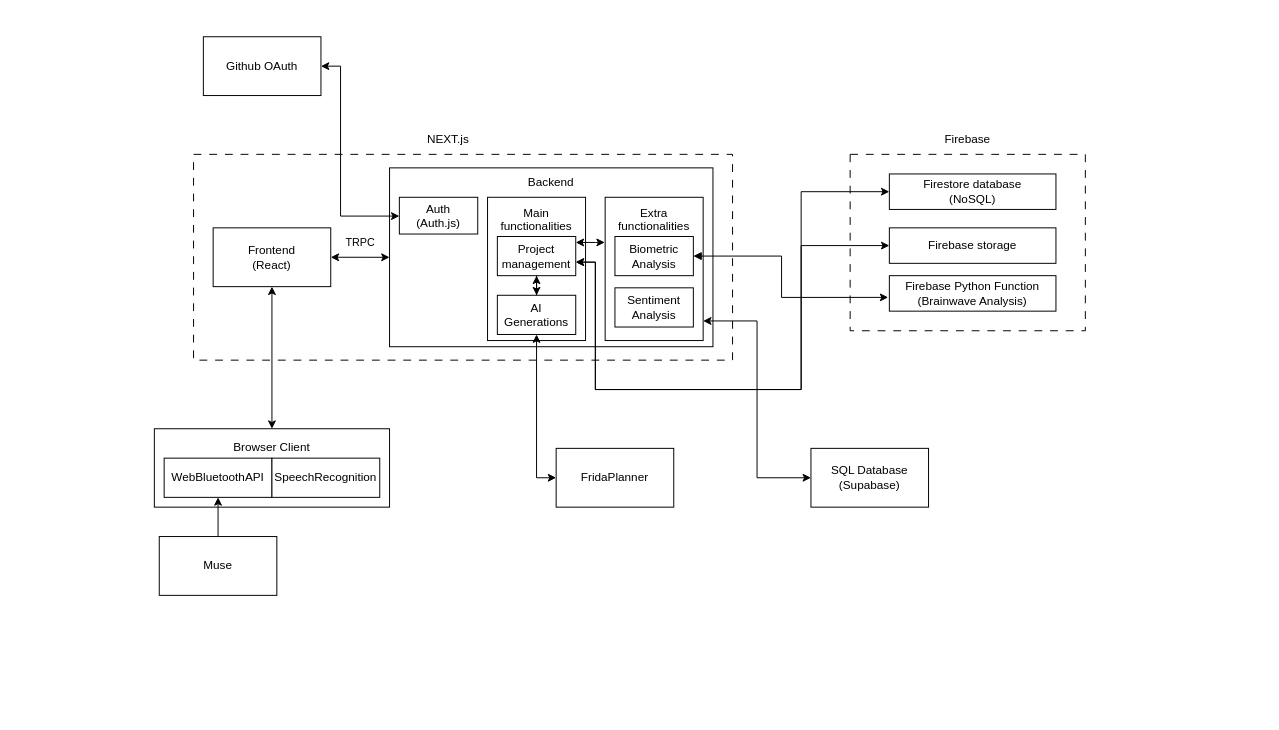
Above: architecture.drawio in Apantli/Tenor (draw.io), before the change. Source tidied: cells renumbered, new cells numbered last; positions are measured from the earlier drawing's top-left corner, leaving out a move shared by most shapes. Both pictures are drawn from the tidied source at 98%, with x=0, y=0 at pixel (154, 36).
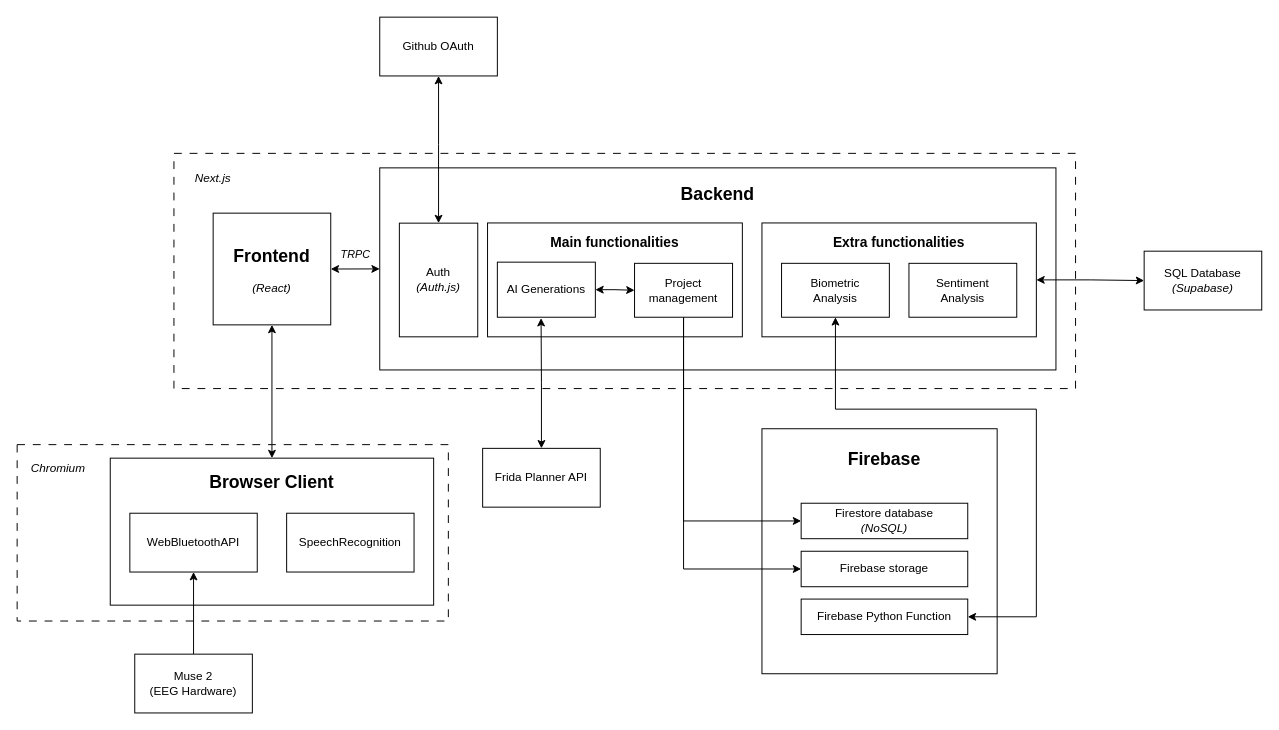
The same page after the edit.

What changed in the source:
```diff
@@
+    <mxCell id="37" style="rounded=0;whiteSpace=wrap;html=1;" parent="1" vertex="1">
+      <mxGeometry x="620" y="400" width="240" height="250" as="geometry" />
+    </mxCell>
     <mxCell id="2" style="rounded=0;whiteSpace=wrap;html=1;fillColor=none;dashed=1;dashPattern=8 8;" parent="1" vertex="1">
-      <mxGeometry x="710" y="120" width="240" height="180" as="geometry" />
+      <mxGeometry x="-140" y="416.2" width="440" height="180" as="geometry" />
     </mxCell>
     <mxCell id="3" style="rounded=0;whiteSpace=wrap;html=1;fillColor=none;dashed=1;dashPattern=8 8;" parent="1" vertex="1">
-      <mxGeometry x="40" y="120" width="550" height="210" as="geometry" />
+      <mxGeometry x="20" y="119" width="920" height="240" as="geometry" />
     </mxCell>
@@
-    <mxCell id="5" value="Frontend&lt;div&gt;(React)&lt;/div&gt;" style="rounded=0;whiteSpace=wrap;html=1;" parent="1" vertex="1">
-      <mxGeometry x="60" y="195" width="120" height="60" as="geometry" />
+    <mxCell id="5" style="rounded=0;whiteSpace=wrap;html=1;" parent="1" vertex="1">
+      <mxGeometry x="60" y="180" width="120" height="114" as="geometry" />
     </mxCell>
     <mxCell id="6" style="rounded=0;whiteSpace=wrap;html=1;" parent="1" vertex="1">
-      <mxGeometry x="240" y="133.8" width="330" height="182.5" as="geometry" />
+      <mxGeometry x="230" y="133.8" width="690" height="206.2" as="geometry" />
     </mxCell>
-    <mxCell id="7" value="NEXT.js" style="text;html=1;align=center;verticalAlign=middle;whiteSpace=wrap;rounded=0;" parent="1" vertex="1">
-      <mxGeometry x="270" y="90" width="60" height="30" as="geometry" />
+    <mxCell id="7" value="Next.js" style="text;html=1;align=center;verticalAlign=middle;whiteSpace=wrap;rounded=0;fontStyle=2;" parent="1" vertex="1">
+      <mxGeometry x="30" y="130" width="60" height="30" as="geometry" />
     </mxCell>
-    <mxCell id="8" value="TRPC" style="endArrow=classic;startArrow=classic;html=1;rounded=0;exitX=1;exitY=0.5;exitDx=0;exitDy=0;entryX=0;entryY=0.5;entryDx=0;entryDy=0;" parent="1" edge="1" source="5" target="6">
+    <mxCell id="8" value="&lt;i&gt;TRPC&lt;/i&gt;" style="endArrow=classic;startArrow=classic;html=1;rounded=0;exitX=1;exitY=0.5;exitDx=0;exitDy=0;entryX=0;entryY=0.5;entryDx=0;entryDy=0;" parent="1" edge="1" source="5" target="6">
       <mxGeometry y="15" relative="1" as="geometry" />
     </mxCell>
-    <mxCell id="9" value="Backend" style="text;html=1;align=center;verticalAlign=middle;whiteSpace=wrap;rounded=0;" parent="1" vertex="1">
-      <mxGeometry x="375" y="133.8" width="60" height="30" as="geometry" />
+    <mxCell id="9" value="&lt;h2&gt;Backend&lt;/h2&gt;" style="text;html=1;align=center;verticalAlign=middle;whiteSpace=wrap;rounded=0;" parent="1" vertex="1">
+      <mxGeometry x="520" y="146.2" width="110" height="30" as="geometry" />
     </mxCell>
-    <mxCell id="10" value="Main functionalities&lt;div&gt;&lt;br&gt;&lt;/div&gt;&lt;div&gt;&lt;br&gt;&lt;/div&gt;&lt;div&gt;&lt;br&gt;&lt;/div&gt;&lt;div&gt;&lt;br&gt;&lt;/div&gt;&lt;div&gt;&lt;br&gt;&lt;/div&gt;&lt;div&gt;&lt;br&gt;&lt;/div&gt;&lt;div&gt;&lt;br&gt;&lt;/div&gt;" style="rounded=0;whiteSpace=wrap;html=1;" parent="1" vertex="1">
-      <mxGeometry x="340" y="163.8" width="100" height="146.2" as="geometry" />
+    <mxCell id="10" value="&lt;div&gt;&lt;br&gt;&lt;/div&gt;" style="rounded=0;whiteSpace=wrap;html=1;" parent="1" vertex="1">
+      <mxGeometry x="340" y="190" width="260" height="116.2" as="geometry" />
     </mxCell>
-    <mxCell id="11" style="edgeStyle=orthogonalEdgeStyle;rounded=0;jettySize=auto;html=1;entryX=0;entryY=0.5;entryDx=0;entryDy=0;startArrow=classic;startFill=1;" parent="1" edge="1" source="12" target="34">
-      <mxGeometry relative="1" as="geometry">
-        <Array as="points">
-          <mxPoint x="615" y="290" />
-          <mxPoint x="615" y="450" />
-        </Array>
-      </mxGeometry>
-    </mxCell>
-    <mxCell id="12" value="Extra functionalities&lt;div&gt;&lt;br&gt;&lt;/div&gt;&lt;div&gt;&lt;br&gt;&lt;/div&gt;&lt;div&gt;&lt;br&gt;&lt;/div&gt;&lt;div&gt;&lt;br&gt;&lt;/div&gt;&lt;div&gt;&lt;br&gt;&lt;/div&gt;&lt;div&gt;&lt;br&gt;&lt;/div&gt;&lt;div&gt;&lt;br&gt;&lt;/div&gt;" style="rounded=0;whiteSpace=wrap;html=1;" parent="1" vertex="1">
-      <mxGeometry x="460" y="163.8" width="100" height="146.2" as="geometry" />
-    </mxCell>
-    <mxCell id="13" style="edgeStyle=orthogonalEdgeStyle;rounded=0;jettySize=auto;html=1;startArrow=block;startFill=1;entryX=-0.007;entryY=0.612;entryDx=0;entryDy=0;entryPerimeter=0;" parent="1" edge="1" source="14" target="25">
-      <mxGeometry relative="1" as="geometry">
-        <Array as="points">
-          <mxPoint x="640" y="224" />
-          <mxPoint x="640" y="266" />
-        </Array>
-      </mxGeometry>
-    </mxCell>
-    <mxCell id="14" value="Biometric Analysis" style="rounded=0;whiteSpace=wrap;html=1;" parent="1" vertex="1">
-      <mxGeometry x="470" y="203.8" width="80" height="40" as="geometry" />
-    </mxCell>
-    <mxCell id="15" value="Sentiment Analysis" style="rounded=0;whiteSpace=wrap;html=1;" parent="1" vertex="1">
-      <mxGeometry x="470" y="256.2" width="80" height="40" as="geometry" />
-    </mxCell>
-    <mxCell id="16" style="edgeStyle=orthogonalEdgeStyle;rounded=0;jettySize=auto;html=1;entryX=0;entryY=0.5;entryDx=0;entryDy=0;startArrow=classic;startFill=1;" parent="1" edge="1" source="18" target="28">
-      <mxGeometry relative="1" as="geometry">
-        <Array as="points">
-          <mxPoint x="450" y="230" />
-          <mxPoint x="450" y="360" />
-          <mxPoint x="660" y="360" />
-          <mxPoint x="660" y="158" />
-        </Array>
-      </mxGeometry>
-    </mxCell>
@@
-    <mxCell id="18" value="Project management" style="rounded=0;whiteSpace=wrap;html=1;" parent="1" vertex="1">
-      <mxGeometry x="350" y="203.8" width="80" height="40" as="geometry" />
+    <mxCell id="18" value="AI Generations" style="rounded=0;whiteSpace=wrap;html=1;" parent="1" vertex="1">
+      <mxGeometry x="350" y="230" width="100" height="56.2" as="geometry" />
     </mxCell>
-    <mxCell id="19" style="edgeStyle=orthogonalEdgeStyle;rounded=0;jettySize=auto;html=1;entryX=0;entryY=0.5;entryDx=0;entryDy=0;startArrow=classic;startFill=1;" parent="1" edge="1" source="20" target="30">
-      <mxGeometry relative="1" as="geometry" />
-    </mxCell>
+    <mxCell id="38" style="edgeStyle=orthogonalEdgeStyle;rounded=0;jettySize=auto;html=1;entryX=0;entryY=0.5;entryDx=0;entryDy=0;" parent="1" edge="1" source="20" target="28">
+      <mxGeometry relative="1" as="geometry">
+        <Array as="points">
+          <mxPoint x="540" y="494" />
+        </Array>
+      </mxGeometry>
+    </mxCell>
+    <mxCell id="39" style="edgeStyle=orthogonalEdgeStyle;rounded=0;jettySize=auto;html=1;entryX=0;entryY=0.5;entryDx=0;entryDy=0;" parent="1" edge="1" source="20" target="29">
+      <mxGeometry relative="1" as="geometry">
+        <Array as="points">
+          <mxPoint x="540" y="543" />
+        </Array>
+      </mxGeometry>
+    </mxCell>
-    <mxCell id="20" value="&lt;div&gt;AI Generations&lt;/div&gt;" style="rounded=0;whiteSpace=wrap;html=1;" parent="1" vertex="1">
-      <mxGeometry x="350" y="263.8" width="80" height="40" as="geometry" />
+    <mxCell id="20" value="Project management" style="rounded=0;whiteSpace=wrap;html=1;" parent="1" vertex="1">
+      <mxGeometry x="490" y="231.2" width="100" height="55" as="geometry" />
     </mxCell>
-    <mxCell id="21" value="Browser Client&lt;div&gt;&lt;br&gt;&lt;/div&gt;&lt;div&gt;&lt;br&gt;&lt;/div&gt;&lt;div&gt;&lt;br&gt;&lt;/div&gt;" style="rounded=0;whiteSpace=wrap;html=1;" parent="1" vertex="1">
-      <mxGeometry y="400" width="240" height="80" as="geometry" />
+    <mxCell id="21" style="rounded=0;whiteSpace=wrap;html=1;" parent="1" vertex="1">
+      <mxGeometry x="-45" y="430" width="330" height="150" as="geometry" />
     </mxCell>
     <mxCell id="22" value="WebBluetoothAPI" style="rounded=0;whiteSpace=wrap;html=1;" parent="1" vertex="1">
-      <mxGeometry x="10" y="430" width="110" height="40" as="geometry" />
+      <mxGeometry x="-25" y="486.2" width="130" height="60" as="geometry" />
     </mxCell>
@@
-    <mxCell id="24" value="Muse" style="rounded=0;whiteSpace=wrap;html=1;" parent="1" vertex="1">
-      <mxGeometry x="5" y="510" width="120" height="60" as="geometry" />
+    <mxCell id="24" value="Muse 2&lt;div&gt;(EEG Hardware)&lt;/div&gt;" style="rounded=0;whiteSpace=wrap;html=1;" parent="1" vertex="1">
+      <mxGeometry x="-20" y="630" width="120" height="60" as="geometry" />
     </mxCell>
-    <mxCell id="25" value="Firebase Python Function&lt;div&gt;(Brainwave Analysis)&lt;/div&gt;" style="rounded=0;whiteSpace=wrap;html=1;" parent="1" vertex="1">
-      <mxGeometry x="750" y="243.8" width="170" height="36.2" as="geometry" />
+    <mxCell id="25" value="Firebase Python Function" style="rounded=0;whiteSpace=wrap;html=1;" parent="1" vertex="1">
+      <mxGeometry x="660" y="573.8" width="170" height="36.2" as="geometry" />
     </mxCell>
     <mxCell id="26" value="SpeechRecognition" style="rounded=0;whiteSpace=wrap;html=1;" parent="1" vertex="1">
-      <mxGeometry x="120" y="430" width="110" height="40" as="geometry" />
+      <mxGeometry x="135" y="486.2" width="130" height="60" as="geometry" />
     </mxCell>
-    <mxCell id="27" value="Firebase" style="text;html=1;align=center;verticalAlign=middle;whiteSpace=wrap;rounded=0;" parent="1" vertex="1">
-      <mxGeometry x="800" y="90" width="60" height="30" as="geometry" />
-    </mxCell>
-    <mxCell id="28" value="Firestore database&lt;div&gt;(NoSQL)&lt;/div&gt;" style="rounded=0;whiteSpace=wrap;html=1;" parent="1" vertex="1">
-      <mxGeometry x="750" y="140" width="170" height="36.2" as="geometry" />
+    <mxCell id="28" value="Firestore database&lt;div&gt;&lt;i&gt;(NoSQL)&lt;/i&gt;&lt;/div&gt;" style="rounded=0;whiteSpace=wrap;html=1;" parent="1" vertex="1">
+      <mxGeometry x="660" y="476" width="170" height="36.2" as="geometry" />
     </mxCell>
     <mxCell id="29" value="Firebase storage" style="rounded=0;whiteSpace=wrap;html=1;" parent="1" vertex="1">
-      <mxGeometry x="750" y="195" width="170" height="36.2" as="geometry" />
+      <mxGeometry x="660" y="525" width="170" height="36.2" as="geometry" />
     </mxCell>
-    <mxCell id="30" value="FridaPlanner" style="rounded=0;whiteSpace=wrap;html=1;" parent="1" vertex="1">
-      <mxGeometry x="410" y="420" width="120" height="60" as="geometry" />
+    <mxCell id="30" value="Frida Planner API" style="rounded=0;whiteSpace=wrap;html=1;" parent="1" vertex="1">
+      <mxGeometry x="335" y="420" width="120" height="60" as="geometry" />
     </mxCell>
-    <mxCell id="31" value="&lt;div&gt;Auth&lt;/div&gt;&lt;div&gt;(Auth.js)&lt;/div&gt;" style="rounded=0;whiteSpace=wrap;html=1;" parent="1" vertex="1">
-      <mxGeometry x="250" y="163.8" width="80" height="37.5" as="geometry" />
+    <mxCell id="31" value="&lt;div&gt;Auth&lt;/div&gt;&lt;div&gt;&lt;i&gt;(Auth.js)&lt;/i&gt;&lt;/div&gt;" style="rounded=0;whiteSpace=wrap;html=1;align=center;verticalAlign=middle;" parent="1" vertex="1">
+      <mxGeometry x="250" y="190.2" width="80" height="116" as="geometry" />
     </mxCell>
-    <mxCell id="32" style="edgeStyle=orthogonalEdgeStyle;rounded=0;jettySize=auto;html=1;startArrow=classic;startFill=1;" parent="1" edge="1" source="33" target="31">
+    <mxCell id="32" style="edgeStyle=orthogonalEdgeStyle;rounded=0;jettySize=auto;html=1;startArrow=classic;startFill=1;exitX=0.5;exitY=1;exitDx=0;exitDy=0;entryX=0.5;entryY=0;entryDx=0;entryDy=0;" parent="1" edge="1" source="33" target="31">
       <mxGeometry relative="1" as="geometry">
         <Array as="points">
-          <mxPoint x="190" y="30" />
-          <mxPoint x="190" y="183" />
+          <mxPoint x="290" y="110" />
+          <mxPoint x="290" y="110" />
         </Array>
       </mxGeometry>
     </mxCell>
     <mxCell id="33" value="Github OAuth" style="rounded=0;whiteSpace=wrap;html=1;" parent="1" vertex="1">
-      <mxGeometry x="50" width="120" height="60" as="geometry" />
+      <mxGeometry x="230" y="-20" width="120" height="60" as="geometry" />
     </mxCell>
-    <mxCell id="34" value="SQL Database&lt;div&gt;(Supabase)&lt;/div&gt;" style="rounded=0;whiteSpace=wrap;html=1;" parent="1" vertex="1">
-      <mxGeometry x="670" y="420" width="120" height="60" as="geometry" />
+    <mxCell id="34" value="SQL Database&lt;div&gt;&lt;i&gt;(Supabase)&lt;/i&gt;&lt;/div&gt;" style="rounded=0;whiteSpace=wrap;html=1;" parent="1" vertex="1">
+      <mxGeometry x="1010" y="218.8" width="120" height="60" as="geometry" />
     </mxCell>
-    <mxCell id="35" style="edgeStyle=orthogonalEdgeStyle;rounded=0;jettySize=auto;html=1;startArrow=classic;startFill=1;entryX=-0.004;entryY=0.315;entryDx=0;entryDy=0;entryPerimeter=0;" parent="1" edge="1" source="18" target="12">
-      <mxGeometry relative="1" as="geometry">
-        <Array as="points">
-          <mxPoint x="450" y="210" />
-        </Array>
-      </mxGeometry>
-    </mxCell>
-    <mxCell id="36" style="edgeStyle=orthogonalEdgeStyle;rounded=0;jettySize=auto;html=1;entryX=0;entryY=0.5;entryDx=0;entryDy=0;startArrow=classic;startFill=1;" parent="1" edge="1" source="18" target="29">
-      <mxGeometry relative="1" as="geometry">
-        <Array as="points">
-          <mxPoint x="450" y="230" />
-          <mxPoint x="450" y="360" />
-          <mxPoint x="660" y="360" />
-          <mxPoint x="660" y="213" />
-        </Array>
-      </mxGeometry>
-    </mxCell>
+    <mxCell id="40" value="&lt;div&gt;&lt;br&gt;&lt;/div&gt;" style="rounded=0;whiteSpace=wrap;html=1;" parent="1" vertex="1">
+      <mxGeometry x="620" y="190" width="280" height="116.2" as="geometry" />
+    </mxCell>
+    <mxCell id="14" value="Biometric&lt;div&gt;Analysis&lt;/div&gt;" style="rounded=0;whiteSpace=wrap;html=1;" parent="1" vertex="1">
+      <mxGeometry x="640" y="231.2" width="110" height="55" as="geometry" />
+    </mxCell>
+    <mxCell id="41" style="edgeStyle=orthogonalEdgeStyle;rounded=0;jettySize=auto;html=1;entryX=0;entryY=0.5;entryDx=0;entryDy=0;startArrow=classic;startFill=1;exitX=1;exitY=0.5;exitDx=0;exitDy=0;" parent="1" edge="1" source="40" target="34">
+      <mxGeometry relative="1" as="geometry" />
+    </mxCell>
+    <mxCell id="42" style="edgeStyle=orthogonalEdgeStyle;rounded=0;jettySize=auto;html=1;entryX=0.446;entryY=1.016;entryDx=0;entryDy=0;entryPerimeter=0;startArrow=classic;startFill=1;" parent="1" edge="1" source="30" target="18">
+      <mxGeometry relative="1" as="geometry" />
+    </mxCell>
+    <mxCell id="43" value="&lt;h2&gt;Browser Client&lt;/h2&gt;" style="text;html=1;align=center;verticalAlign=middle;whiteSpace=wrap;rounded=0;" parent="1" vertex="1">
+      <mxGeometry x="20" y="440" width="200" height="30" as="geometry" />
+    </mxCell>
+    <mxCell id="27" value="&lt;h2&gt;Firebase&lt;/h2&gt;" style="text;html=1;align=center;verticalAlign=middle;whiteSpace=wrap;rounded=0;" parent="1" vertex="1">
+      <mxGeometry x="690" y="416.2" width="110" height="30" as="geometry" />
+    </mxCell>
+    <mxCell id="44" value="&lt;h3&gt;Main functionalities&lt;/h3&gt;" style="text;html=1;align=center;verticalAlign=middle;whiteSpace=wrap;rounded=0;" parent="1" vertex="1">
+      <mxGeometry x="390" y="195.2" width="160" height="30" as="geometry" />
+    </mxCell>
+    <mxCell id="12" value="&lt;h3&gt;Extra functionalities&lt;/h3&gt;" style="text;html=1;align=center;verticalAlign=middle;whiteSpace=wrap;rounded=0;" parent="1" vertex="1">
+      <mxGeometry x="680" y="195.2" width="160" height="30" as="geometry" />
+    </mxCell>
+    <mxCell id="45" value="Chromium" style="text;html=1;align=center;verticalAlign=middle;whiteSpace=wrap;rounded=0;fontStyle=2;" parent="1" vertex="1">
+      <mxGeometry x="-128" y="426" width="60" height="30" as="geometry" />
+    </mxCell>
+    <mxCell id="46" style="edgeStyle=orthogonalEdgeStyle;rounded=0;orthogonalLoop=1;jettySize=auto;html=1;entryX=1;entryY=0.5;entryDx=0;entryDy=0;exitX=0.5;exitY=1;exitDx=0;exitDy=0;startArrow=classic;startFill=1;" parent="1" edge="1">
+      <mxGeometry relative="1" as="geometry">
+        <mxPoint x="695" y="286.2" as="sourcePoint" />
+        <mxPoint x="830" y="591.9" as="targetPoint" />
+        <Array as="points">
+          <mxPoint x="695" y="380" />
+          <mxPoint x="900" y="380" />
+          <mxPoint x="900" y="592" />
+        </Array>
+      </mxGeometry>
+    </mxCell>
+    <mxCell id="15" value="Sentiment&lt;div&gt;Analysis&lt;/div&gt;" style="rounded=0;whiteSpace=wrap;html=1;" parent="1" vertex="1">
+      <mxGeometry x="770" y="231.2" width="110" height="55" as="geometry" />
+    </mxCell>
+    <mxCell id="47" value="&lt;h2&gt;Frontend&lt;/h2&gt;&lt;p&gt;&lt;i&gt;(React)&lt;/i&gt;&lt;/p&gt;" style="text;html=1;align=center;verticalAlign=middle;whiteSpace=wrap;rounded=0;" parent="1" vertex="1">
+      <mxGeometry x="65" y="201.9" width="110" height="70" as="geometry" />
+    </mxCell>
```
